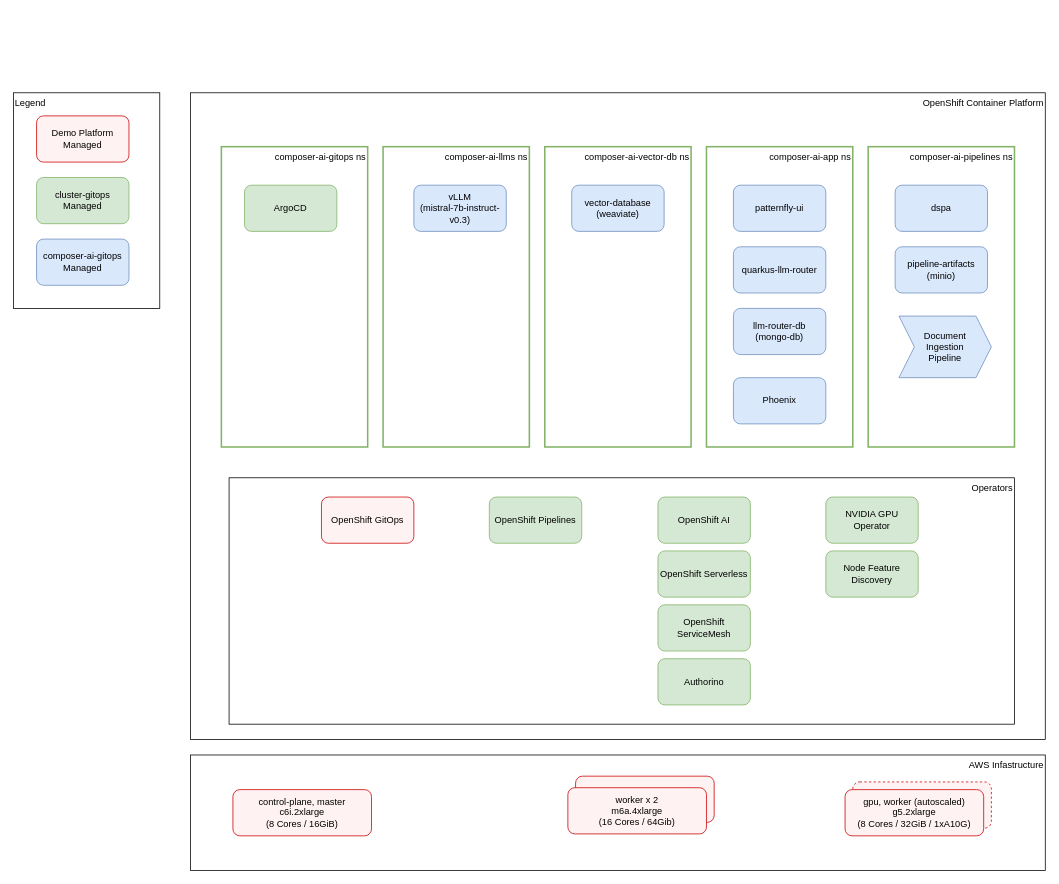
This is diagrams/cluster-diagram-v2.drawio from redhat-composer-ai/getting-started, a draw.io file, before an edit. Source tidied: cells renumbered, new cells numbered last; positions are measured from the earlier drawing's top-left corner, leaving out a move shared by most shapes. Both pictures are drawn from the tidied source at 77%, with x=0, y=0 at pixel (13, 92).
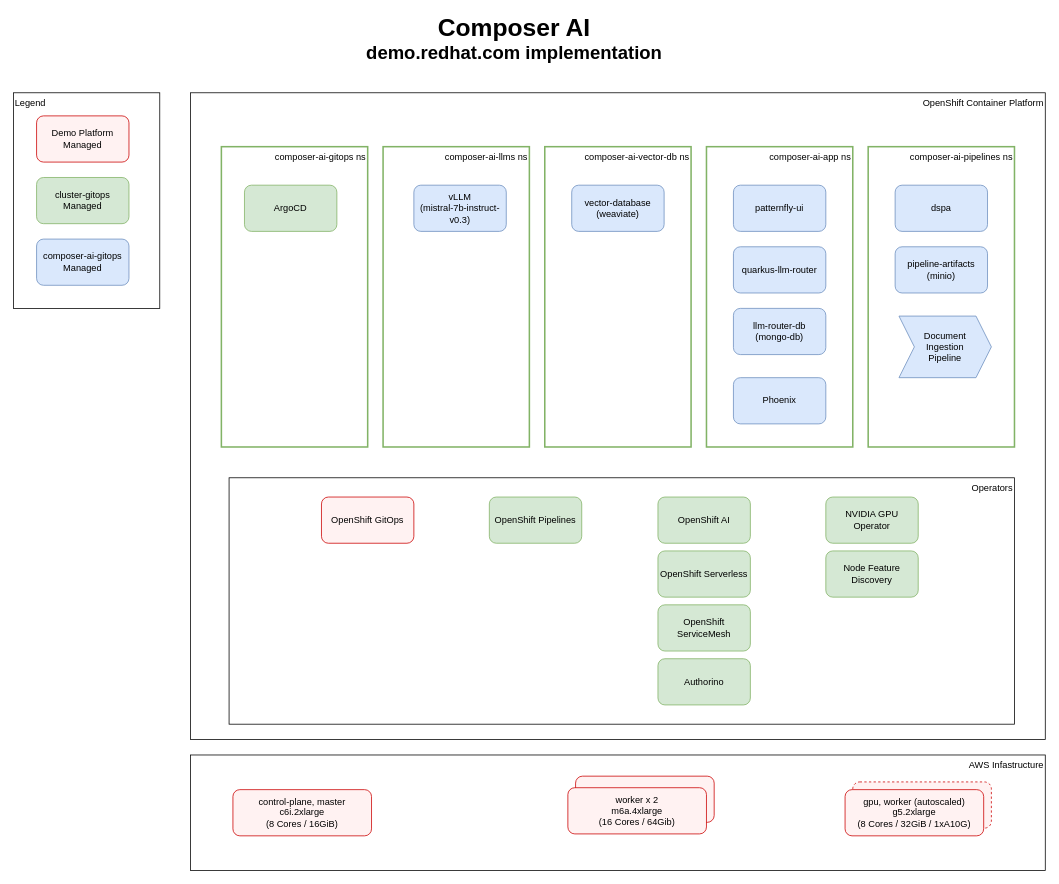
After the change.

Diff of the diagram source:
```diff
@@
+    <mxCell id="37" value="&lt;font style=&quot;font-size: 32px;&quot;&gt;Composer AI&lt;br&gt;&lt;/font&gt;demo.redhat.com implementation" style="text;strokeColor=none;fillColor=none;html=1;fontSize=24;fontStyle=1;verticalAlign=middle;align=center;strokeWidth=2;" parent="1" vertex="1">
+      <mxGeometry x="600" y="-90" width="100" height="40" as="geometry" />
+    </mxCell>
```
